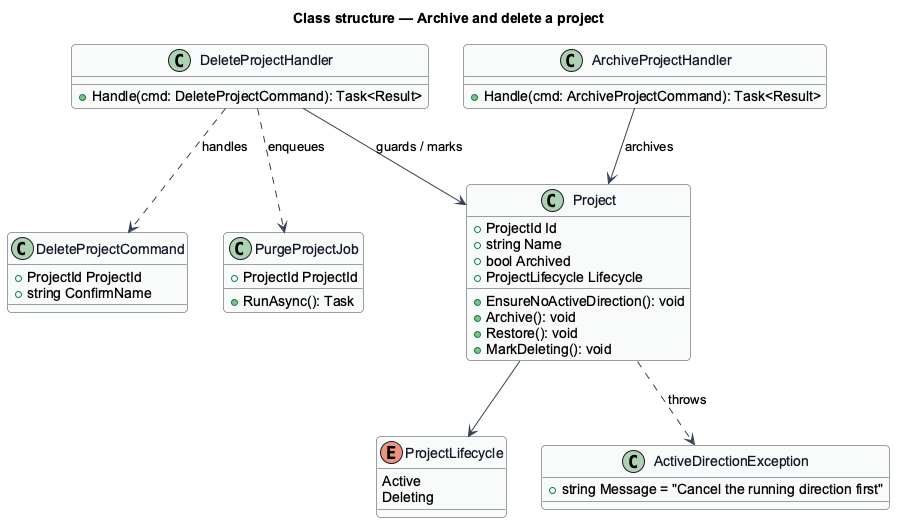
Before: docs/detailed-designs/projects/archive-and-delete-project/diagrams/class-structure.png, a diagram exported from PlantUML (QuinntyneBrown/hewn). The source it was exported from:
```plantuml
@startuml
skinparam backgroundColor #FFFFFF
skinparam shadowing false
skinparam roundcorner 8
skinparam defaultFontName Arial
skinparam ArrowColor #344054
skinparam class {
  BorderColor #344054
  FontColor #101828
  BackgroundColor #F9FAFB
}
title Class structure — Archive and delete a project

class Project {
  +ProjectId Id
  +string Name
  +bool Archived
  +ProjectLifecycle Lifecycle
  +EnsureNoActiveDirection(): void
  +Archive(): void
  +Restore(): void
  +MarkDeleting(): void
}
enum ProjectLifecycle {
  Active
  Deleting
}
class ActiveDirectionException {
  +string Message = "Cancel the running direction first"
}
class DeleteProjectCommand {
  +ProjectId ProjectId
  +string ConfirmName
}
class DeleteProjectHandler {
  +Handle(cmd: DeleteProjectCommand): Task<Result>
}
class ArchiveProjectHandler {
  +Handle(cmd: ArchiveProjectCommand): Task<Result>
}
class PurgeProjectJob {
  +ProjectId ProjectId
  +RunAsync(): Task
}
DeleteProjectHandler ..> DeleteProjectCommand : handles
DeleteProjectHandler --> Project : guards / marks
DeleteProjectHandler ..> PurgeProjectJob : enqueues
ArchiveProjectHandler --> Project : archives
Project ..> ActiveDirectionException : throws
Project --> ProjectLifecycle
@enduml
```
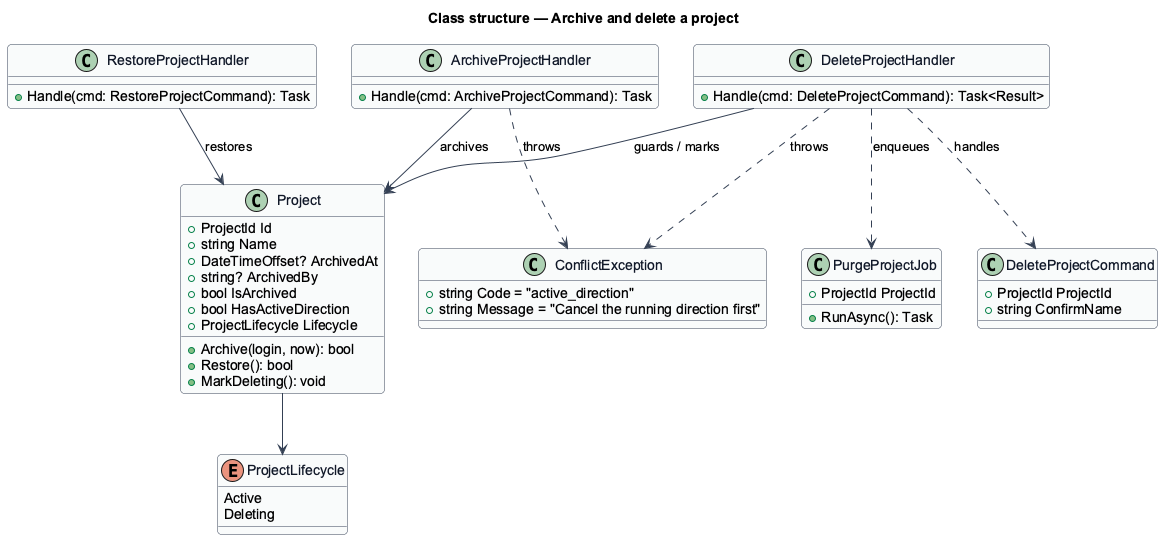
After the commit.

Diff of the diagram source:
```diff
@@ -14,18 +14,21 @@
 class Project {
   +ProjectId Id
   +string Name
-  +bool Archived
+  +DateTimeOffset? ArchivedAt
+  +string? ArchivedBy
+  +bool IsArchived
+  +bool HasActiveDirection
   +ProjectLifecycle Lifecycle
-  +EnsureNoActiveDirection(): void
-  +Archive(): void
-  +Restore(): void
+  +Archive(login, now): bool
+  +Restore(): bool
   +MarkDeleting(): void
 }
 enum ProjectLifecycle {
   Active
   Deleting
 }
-class ActiveDirectionException {
+class ConflictException {
+  +string Code = "active_direction"
   +string Message = "Cancel the running direction first"
 }
 class DeleteProjectCommand {
@@ -36,7 +39,10 @@
   +Handle(cmd: DeleteProjectCommand): Task<Result>
 }
 class ArchiveProjectHandler {
-  +Handle(cmd: ArchiveProjectCommand): Task<Result>
+  +Handle(cmd: ArchiveProjectCommand): Task
+}
+class RestoreProjectHandler {
+  +Handle(cmd: RestoreProjectCommand): Task
 }
 class PurgeProjectJob {
   +ProjectId ProjectId
@@ -46,6 +52,8 @@
 DeleteProjectHandler --> Project : guards / marks
 DeleteProjectHandler ..> PurgeProjectJob : enqueues
 ArchiveProjectHandler --> Project : archives
-Project ..> ActiveDirectionException : throws
+RestoreProjectHandler --> Project : restores
+ArchiveProjectHandler ..> ConflictException : throws
+DeleteProjectHandler ..> ConflictException : throws
 Project --> ProjectLifecycle
 @enduml
```
